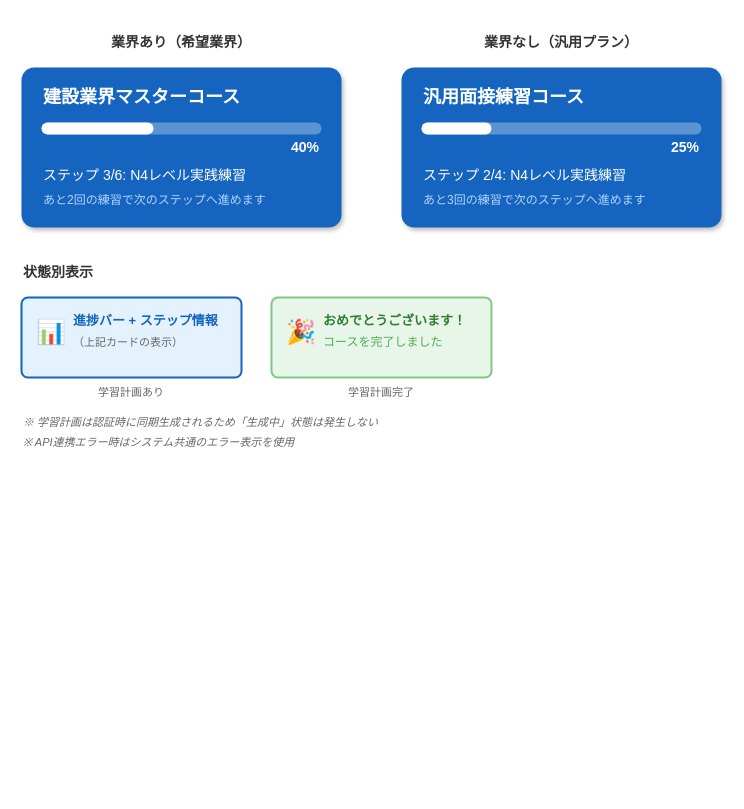
This is docs/images/画面設計書_2.2_学習計画進捗カード.drawio from yoshidasendai115/ai-interview, a draw.io file, before an edit. Source tidied: cells renumbered, new cells numbered last; positions are measured from the earlier drawing's top-left corner, leaving out a move shared by most shapes. Both pictures are drawn from the tidied source at 100%, with x=0, y=0 at pixel (21, 27).
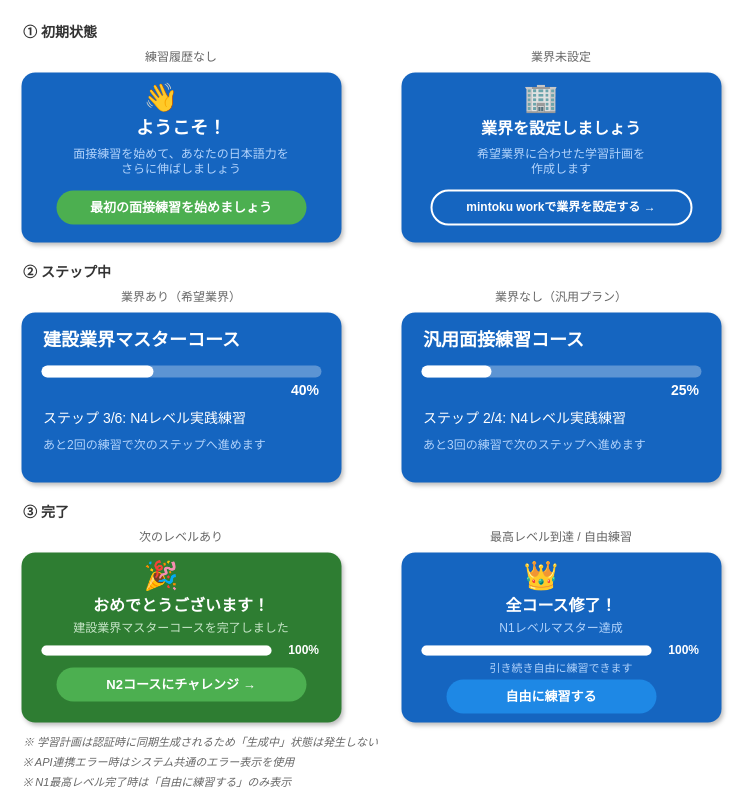
The same diagram, later.

Change to the diagram source:
```diff
@@
+    <mxCell id="31" value="① 初期状態" style="text;html=1;strokeColor=none;fillColor=none;align=left;verticalAlign=middle;whiteSpace=wrap;rounded=0;fontSize=14;fontStyle=1;fontColor=#333333;" parent="1" vertex="1">
+      <mxGeometry y="-10" width="200" height="30" as="geometry" />
+    </mxCell>
+    <mxCell id="32" value="練習履歴なし" style="text;html=1;strokeColor=none;fillColor=none;align=center;verticalAlign=middle;whiteSpace=wrap;rounded=0;fontSize=12;fontStyle=0;fontColor=#666666;" parent="1" vertex="1">
+      <mxGeometry y="20" width="320" height="20" as="geometry" />
+    </mxCell>
+    <mxCell id="33" value="業界未設定" style="text;html=1;strokeColor=none;fillColor=none;align=center;verticalAlign=middle;whiteSpace=wrap;rounded=0;fontSize=12;fontStyle=0;fontColor=#666666;" parent="1" vertex="1">
+      <mxGeometry x="380" y="20" width="320" height="20" as="geometry" />
+    </mxCell>
+    <mxCell id="34" style="rounded=1;whiteSpace=wrap;html=1;fillColor=#1565C0;strokeColor=none;shadow=1;arcSize=8;" parent="1" vertex="1">
+      <mxGeometry y="45" width="320" height="170" as="geometry" />
+    </mxCell>
+    <mxCell id="35" value="👋" style="text;html=1;strokeColor=none;fillColor=none;align=center;verticalAlign=middle;whiteSpace=wrap;rounded=0;fontSize=28;" parent="1" vertex="1">
+      <mxGeometry x="115" y="52" width="50" height="35" as="geometry" />
+    </mxCell>
+    <mxCell id="36" value="ようこそ！" style="text;html=1;strokeColor=none;fillColor=none;align=center;verticalAlign=middle;whiteSpace=wrap;rounded=0;fontSize=18;fontStyle=1;fontColor=#FFFFFF;" parent="1" vertex="1">
+      <mxGeometry x="40" y="87" width="240" height="28" as="geometry" />
+    </mxCell>
+    <mxCell id="37" value="面接練習を始めて、あなたの日本語力を&#10;さらに伸ばしましょう" style="text;html=1;strokeColor=none;fillColor=none;align=center;verticalAlign=middle;whiteSpace=wrap;rounded=0;fontSize=12;fontColor=#B3D4FC;" parent="1" vertex="1">
+      <mxGeometry x="20" y="115" width="280" height="38" as="geometry" />
+    </mxCell>
+    <mxCell id="38" value="最初の面接練習を始めましょう" style="rounded=1;whiteSpace=wrap;html=1;fillColor=#4CAF50;strokeColor=none;fontColor=#FFFFFF;fontSize=13;fontStyle=1;arcSize=50;" parent="1" vertex="1">
+      <mxGeometry x="35" y="163" width="250" height="34" as="geometry" />
+    </mxCell>
+    <mxCell id="39" style="rounded=1;whiteSpace=wrap;html=1;fillColor=#1565C0;strokeColor=none;shadow=1;arcSize=8;" parent="1" vertex="1">
+      <mxGeometry x="380" y="45" width="320" height="170" as="geometry" />
+    </mxCell>
+    <mxCell id="40" value="🏢" style="text;html=1;strokeColor=none;fillColor=none;align=center;verticalAlign=middle;whiteSpace=wrap;rounded=0;fontSize=28;" parent="1" vertex="1">
+      <mxGeometry x="495" y="52" width="50" height="35" as="geometry" />
+    </mxCell>
+    <mxCell id="41" value="業界を設定しましょう" style="text;html=1;strokeColor=none;fillColor=none;align=center;verticalAlign=middle;whiteSpace=wrap;rounded=0;fontSize=16;fontStyle=1;fontColor=#FFFFFF;" parent="1" vertex="1">
+      <mxGeometry x="400" y="87" width="280" height="28" as="geometry" />
+    </mxCell>
+    <mxCell id="42" value="希望業界に合わせた学習計画を&#10;作成します" style="text;html=1;strokeColor=none;fillColor=none;align=center;verticalAlign=middle;whiteSpace=wrap;rounded=0;fontSize=12;fontColor=#B3D4FC;" parent="1" vertex="1">
+      <mxGeometry x="400" y="115" width="280" height="38" as="geometry" />
+    </mxCell>
+    <mxCell id="43" value="mintoku workで業界を設定する →" style="rounded=1;whiteSpace=wrap;html=1;fillColor=none;strokeColor=#FFFFFF;strokeWidth=2;fontColor=#FFFFFF;fontSize=12;fontStyle=1;arcSize=50;" parent="1" vertex="1">
+      <mxGeometry x="410" y="163" width="260" height="34" as="geometry" />
+    </mxCell>
+    <mxCell id="44" value="② ステップ中" style="text;html=1;strokeColor=none;fillColor=none;align=left;verticalAlign=middle;whiteSpace=wrap;rounded=0;fontSize=14;fontStyle=1;fontColor=#333333;" parent="1" vertex="1">
+      <mxGeometry y="230" width="200" height="30" as="geometry" />
+    </mxCell>
-    <mxCell id="2" value="業界あり（希望業界）" style="text;html=1;strokeColor=none;fillColor=none;align=center;verticalAlign=middle;whiteSpace=wrap;rounded=0;fontSize=14;fontStyle=1;fontColor=#333333;" parent="1" vertex="1">
-      <mxGeometry width="320" height="30" as="geometry" />
+    <mxCell id="2" value="業界あり（希望業界）" style="text;html=1;strokeColor=none;fillColor=none;align=center;verticalAlign=middle;whiteSpace=wrap;rounded=0;fontSize=12;fontStyle=0;fontColor=#666666;" parent="1" vertex="1">
+      <mxGeometry y="260" width="320" height="20" as="geometry" />
     </mxCell>
-    <mxCell id="3" style="rounded=1;whiteSpace=wrap;html=1;fillColor=#1565C0;strokeColor=none;shadow=1;arcSize=8;" parent="1" vertex="1">
-      <mxGeometry y="40" width="320" height="160" as="geometry" />
-    </mxCell>
+    <mxCell id="10" value="業界なし（汎用プラン）" style="text;html=1;strokeColor=none;fillColor=none;align=center;verticalAlign=middle;whiteSpace=wrap;rounded=0;fontSize=12;fontStyle=0;fontColor=#666666;" parent="1" vertex="1">
+      <mxGeometry x="380" y="260" width="320" height="20" as="geometry" />
+    </mxCell>
+    <mxCell id="45" style="rounded=1;whiteSpace=wrap;html=1;fillColor=#1565C0;strokeColor=none;shadow=1;arcSize=8;" parent="1" vertex="1">
+      <mxGeometry y="285" width="320" height="170" as="geometry" />
+    </mxCell>
     <mxCell id="4" value="建設業界マスターコース" style="text;html=1;strokeColor=none;fillColor=none;align=left;verticalAlign=middle;whiteSpace=wrap;rounded=0;fontSize=18;fontStyle=1;fontColor=#FFFFFF;" parent="1" vertex="1">
-      <mxGeometry x="20" y="55" width="280" height="30" as="geometry" />
+      <mxGeometry x="20" y="298" width="280" height="30" as="geometry" />
     </mxCell>
-    <mxCell id="5" style="rounded=1;whiteSpace=wrap;html=1;fillColor=#FFFFFF;fillOpacity=30;strokeColor=none;arcSize=50;" parent="1" vertex="1">
-      <mxGeometry x="20" y="95" width="280" height="12" as="geometry" />
-    </mxCell>
-    <mxCell id="6" style="rounded=1;whiteSpace=wrap;html=1;fillColor=#FFFFFF;strokeColor=none;arcSize=50;" parent="1" vertex="1">
-      <mxGeometry x="20" y="95" width="112" height="12" as="geometry" />
-    </mxCell>
+    <mxCell id="46" style="rounded=1;whiteSpace=wrap;html=1;fillColor=#FFFFFF;fillOpacity=30;strokeColor=none;arcSize=50;" parent="1" vertex="1">
+      <mxGeometry x="20" y="338" width="280" height="12" as="geometry" />
+    </mxCell>
+    <mxCell id="47" style="rounded=1;whiteSpace=wrap;html=1;fillColor=#FFFFFF;strokeColor=none;arcSize=50;" parent="1" vertex="1">
+      <mxGeometry x="20" y="338" width="112" height="12" as="geometry" />
+    </mxCell>
     <mxCell id="7" value="40%" style="text;html=1;strokeColor=none;fillColor=none;align=right;verticalAlign=middle;whiteSpace=wrap;rounded=0;fontSize=14;fontStyle=1;fontColor=#FFFFFF;" parent="1" vertex="1">
-      <mxGeometry x="240" y="110" width="60" height="20" as="geometry" />
+      <mxGeometry x="240" y="353" width="60" height="20" as="geometry" />
     </mxCell>
     <mxCell id="8" value="ステップ 3/6: N4レベル実践練習" style="text;html=1;strokeColor=none;fillColor=none;align=left;verticalAlign=middle;whiteSpace=wrap;rounded=0;fontSize=14;fontColor=#FFFFFF;" parent="1" vertex="1">
-      <mxGeometry x="20" y="135" width="280" height="25" as="geometry" />
+      <mxGeometry x="20" y="378" width="280" height="25" as="geometry" />
     </mxCell>
     <mxCell id="9" value="あと2回の練習で次のステップへ進めます" style="text;html=1;strokeColor=none;fillColor=none;align=left;verticalAlign=middle;whiteSpace=wrap;rounded=0;fontSize=12;fontColor=#B3D4FC;" parent="1" vertex="1">
-      <mxGeometry x="20" y="160" width="280" height="25" as="geometry" />
+      <mxGeometry x="20" y="405" width="280" height="25" as="geometry" />
     </mxCell>
-    <mxCell id="10" value="業界なし（汎用プラン）" style="text;html=1;strokeColor=none;fillColor=none;align=center;verticalAlign=middle;whiteSpace=wrap;rounded=0;fontSize=14;fontStyle=1;fontColor=#333333;" parent="1" vertex="1">
-      <mxGeometry x="380" width="320" height="30" as="geometry" />
-    </mxCell>
-    <mxCell id="11" style="rounded=1;whiteSpace=wrap;html=1;fillColor=#1565C0;strokeColor=none;shadow=1;arcSize=8;" parent="1" vertex="1">
-      <mxGeometry x="380" y="40" width="320" height="160" as="geometry" />
-    </mxCell>
+    <mxCell id="48" style="rounded=1;whiteSpace=wrap;html=1;fillColor=#1565C0;strokeColor=none;shadow=1;arcSize=8;" parent="1" vertex="1">
+      <mxGeometry x="380" y="285" width="320" height="170" as="geometry" />
+    </mxCell>
     <mxCell id="12" value="汎用面接練習コース" style="text;html=1;strokeColor=none;fillColor=none;align=left;verticalAlign=middle;whiteSpace=wrap;rounded=0;fontSize=18;fontStyle=1;fontColor=#FFFFFF;" parent="1" vertex="1">
-      <mxGeometry x="400" y="55" width="280" height="30" as="geometry" />
+      <mxGeometry x="400" y="298" width="280" height="30" as="geometry" />
     </mxCell>
-    <mxCell id="13" style="rounded=1;whiteSpace=wrap;html=1;fillColor=#FFFFFF;fillOpacity=30;strokeColor=none;arcSize=50;" parent="1" vertex="1">
-      <mxGeometry x="400" y="95" width="280" height="12" as="geometry" />
-    </mxCell>
-    <mxCell id="14" style="rounded=1;whiteSpace=wrap;html=1;fillColor=#FFFFFF;strokeColor=none;arcSize=50;" parent="1" vertex="1">
-      <mxGeometry x="400" y="95" width="70" height="12" as="geometry" />
-    </mxCell>
+    <mxCell id="49" style="rounded=1;whiteSpace=wrap;html=1;fillColor=#FFFFFF;fillOpacity=30;strokeColor=none;arcSize=50;" parent="1" vertex="1">
+      <mxGeometry x="400" y="338" width="280" height="12" as="geometry" />
+    </mxCell>
+    <mxCell id="50" style="rounded=1;whiteSpace=wrap;html=1;fillColor=#FFFFFF;strokeColor=none;arcSize=50;" parent="1" vertex="1">
+      <mxGeometry x="400" y="338" width="70" height="12" as="geometry" />
+    </mxCell>
     <mxCell id="15" value="25%" style="text;html=1;strokeColor=none;fillColor=none;align=right;verticalAlign=middle;whiteSpace=wrap;rounded=0;fontSize=14;fontStyle=1;fontColor=#FFFFFF;" parent="1" vertex="1">
-      <mxGeometry x="620" y="110" width="60" height="20" as="geometry" />
+      <mxGeometry x="620" y="353" width="60" height="20" as="geometry" />
     </mxCell>
     <mxCell id="16" value="ステップ 2/4: N4レベル実践練習" style="text;html=1;strokeColor=none;fillColor=none;align=left;verticalAlign=middle;whiteSpace=wrap;rounded=0;fontSize=14;fontColor=#FFFFFF;" parent="1" vertex="1">
-      <mxGeometry x="400" y="135" width="280" height="25" as="geometry" />
+      <mxGeometry x="400" y="378" width="280" height="25" as="geometry" />
     </mxCell>
     <mxCell id="17" value="あと3回の練習で次のステップへ進めます" style="text;html=1;strokeColor=none;fillColor=none;align=left;verticalAlign=middle;whiteSpace=wrap;rounded=0;fontSize=12;fontColor=#B3D4FC;" parent="1" vertex="1">
-      <mxGeometry x="400" y="160" width="280" height="25" as="geometry" />
+      <mxGeometry x="400" y="405" width="280" height="25" as="geometry" />
     </mxCell>
-    <mxCell id="18" value="状態別表示" style="text;html=1;strokeColor=none;fillColor=none;align=left;verticalAlign=middle;whiteSpace=wrap;rounded=0;fontSize=14;fontStyle=1;fontColor=#333333;" parent="1" vertex="1">
-      <mxGeometry y="230" width="200" height="30" as="geometry" />
-    </mxCell>
-    <mxCell id="19" style="rounded=1;whiteSpace=wrap;html=1;fillColor=#E3F2FD;strokeColor=#1565C0;strokeWidth=2;arcSize=8;" parent="1" vertex="1">
-      <mxGeometry y="270" width="220" height="80" as="geometry" />
-    </mxCell>
-    <mxCell id="20" value="📊" style="text;html=1;strokeColor=none;fillColor=none;align=center;verticalAlign=middle;whiteSpace=wrap;rounded=0;fontSize=24;" parent="1" vertex="1">
-      <mxGeometry x="10" y="285" width="40" height="40" as="geometry" />
-    </mxCell>
-    <mxCell id="21" value="進捗バー + ステップ情報" style="text;html=1;strokeColor=none;fillColor=none;align=left;verticalAlign=middle;whiteSpace=wrap;rounded=0;fontSize=13;fontStyle=1;fontColor=#1565C0;" parent="1" vertex="1">
-      <mxGeometry x="50" y="280" width="160" height="25" as="geometry" />
-    </mxCell>
-    <mxCell id="22" value="（上記カードの表示）" style="text;html=1;strokeColor=none;fillColor=none;align=left;verticalAlign=middle;whiteSpace=wrap;rounded=0;fontSize=11;fontColor=#666666;" parent="1" vertex="1">
-      <mxGeometry x="50" y="305" width="160" height="20" as="geometry" />
-    </mxCell>
-    <mxCell id="23" value="学習計画あり" style="text;html=1;strokeColor=none;fillColor=none;align=center;verticalAlign=middle;whiteSpace=wrap;rounded=0;fontSize=11;fontColor=#666666;" parent="1" vertex="1">
-      <mxGeometry y="355" width="220" height="20" as="geometry" />
-    </mxCell>
-    <mxCell id="24" style="rounded=1;whiteSpace=wrap;html=1;fillColor=#E8F5E9;strokeColor=#81C784;strokeWidth=2;arcSize=8;" parent="1" vertex="1">
-      <mxGeometry x="250" y="270" width="220" height="80" as="geometry" />
-    </mxCell>
+    <mxCell id="51" value="③ 完了" style="text;html=1;strokeColor=none;fillColor=none;align=left;verticalAlign=middle;whiteSpace=wrap;rounded=0;fontSize=14;fontStyle=1;fontColor=#333333;" parent="1" vertex="1">
+      <mxGeometry y="470" width="200" height="30" as="geometry" />
+    </mxCell>
+    <mxCell id="52" value="次のレベルあり" style="text;html=1;strokeColor=none;fillColor=none;align=center;verticalAlign=middle;whiteSpace=wrap;rounded=0;fontSize=12;fontStyle=0;fontColor=#666666;" parent="1" vertex="1">
+      <mxGeometry y="500" width="320" height="20" as="geometry" />
+    </mxCell>
+    <mxCell id="53" value="最高レベル到達 / 自由練習" style="text;html=1;strokeColor=none;fillColor=none;align=center;verticalAlign=middle;whiteSpace=wrap;rounded=0;fontSize=12;fontStyle=0;fontColor=#666666;" parent="1" vertex="1">
+      <mxGeometry x="380" y="500" width="320" height="20" as="geometry" />
+    </mxCell>
+    <mxCell id="54" style="rounded=1;whiteSpace=wrap;html=1;fillColor=#2E7D32;strokeColor=none;shadow=1;arcSize=8;" parent="1" vertex="1">
+      <mxGeometry y="525" width="320" height="170" as="geometry" />
+    </mxCell>
-    <mxCell id="25" value="🎉" style="text;html=1;strokeColor=none;fillColor=none;align=center;verticalAlign=middle;whiteSpace=wrap;rounded=0;fontSize=24;" parent="1" vertex="1">
-      <mxGeometry x="260" y="285" width="40" height="40" as="geometry" />
+    <mxCell id="25" value="🎉" style="text;html=1;strokeColor=none;fillColor=none;align=center;verticalAlign=middle;whiteSpace=wrap;rounded=0;fontSize=28;" parent="1" vertex="1">
+      <mxGeometry x="115" y="530" width="50" height="35" as="geometry" />
     </mxCell>
-    <mxCell id="26" value="おめでとうございます！" style="text;html=1;strokeColor=none;fillColor=none;align=left;verticalAlign=middle;whiteSpace=wrap;rounded=0;fontSize=13;fontStyle=1;fontColor=#2E7D32;" parent="1" vertex="1">
-      <mxGeometry x="300" y="280" width="160" height="25" as="geometry" />
+    <mxCell id="26" value="おめでとうございます！" style="text;html=1;strokeColor=none;fillColor=none;align=center;verticalAlign=middle;whiteSpace=wrap;rounded=0;fontSize=16;fontStyle=1;fontColor=#FFFFFF;" parent="1" vertex="1">
+      <mxGeometry x="20" y="565" width="280" height="25" as="geometry" />
     </mxCell>
-    <mxCell id="27" value="コースを完了しました" style="text;html=1;strokeColor=none;fillColor=none;align=left;verticalAlign=middle;whiteSpace=wrap;rounded=0;fontSize=12;fontColor=#4CAF50;" parent="1" vertex="1">
-      <mxGeometry x="300" y="305" width="160" height="20" as="geometry" />
-    </mxCell>
-    <mxCell id="28" value="学習計画完了" style="text;html=1;strokeColor=none;fillColor=none;align=center;verticalAlign=middle;whiteSpace=wrap;rounded=0;fontSize=11;fontColor=#666666;" parent="1" vertex="1">
-      <mxGeometry x="250" y="355" width="220" height="20" as="geometry" />
-    </mxCell>
+    <mxCell id="55" value="建設業界マスターコースを完了しました" style="text;html=1;strokeColor=none;fillColor=none;align=center;verticalAlign=middle;whiteSpace=wrap;rounded=0;fontSize=12;fontColor=#C8E6C9;" parent="1" vertex="1">
+      <mxGeometry x="20" y="590" width="280" height="22" as="geometry" />
+    </mxCell>
+    <mxCell id="56" style="rounded=1;whiteSpace=wrap;html=1;fillColor=#FFFFFF;fillOpacity=30;strokeColor=none;arcSize=50;" parent="1" vertex="1">
+      <mxGeometry x="20" y="618" width="230" height="10" as="geometry" />
+    </mxCell>
+    <mxCell id="57" style="rounded=1;whiteSpace=wrap;html=1;fillColor=#FFFFFF;strokeColor=none;arcSize=50;" parent="1" vertex="1">
+      <mxGeometry x="20" y="618" width="230" height="10" as="geometry" />
+    </mxCell>
+    <mxCell id="58" value="100%" style="text;html=1;strokeColor=none;fillColor=none;align=right;verticalAlign=middle;whiteSpace=wrap;rounded=0;fontSize=12;fontStyle=1;fontColor=#FFFFFF;" parent="1" vertex="1">
+      <mxGeometry x="250" y="613" width="50" height="20" as="geometry" />
+    </mxCell>
+    <mxCell id="59" value="N2コースにチャレンジ →" style="rounded=1;whiteSpace=wrap;html=1;fillColor=#4CAF50;strokeColor=none;fontColor=#FFFFFF;fontSize=13;fontStyle=1;arcSize=50;" parent="1" vertex="1">
+      <mxGeometry x="35" y="640" width="250" height="34" as="geometry" />
+    </mxCell>
+    <mxCell id="60" style="rounded=1;whiteSpace=wrap;html=1;fillColor=#1565C0;strokeColor=none;shadow=1;arcSize=8;" parent="1" vertex="1">
+      <mxGeometry x="380" y="525" width="320" height="170" as="geometry" />
+    </mxCell>
+    <mxCell id="61" value="👑" style="text;html=1;strokeColor=none;fillColor=none;align=center;verticalAlign=middle;whiteSpace=wrap;rounded=0;fontSize=28;" parent="1" vertex="1">
+      <mxGeometry x="495" y="530" width="50" height="35" as="geometry" />
+    </mxCell>
+    <mxCell id="62" value="全コース修了！" style="text;html=1;strokeColor=none;fillColor=none;align=center;verticalAlign=middle;whiteSpace=wrap;rounded=0;fontSize=16;fontStyle=1;fontColor=#FFFFFF;" parent="1" vertex="1">
+      <mxGeometry x="400" y="565" width="280" height="25" as="geometry" />
+    </mxCell>
+    <mxCell id="63" value="N1レベルマスター達成" style="text;html=1;strokeColor=none;fillColor=none;align=center;verticalAlign=middle;whiteSpace=wrap;rounded=0;fontSize=12;fontColor=#B3D4FC;" parent="1" vertex="1">
+      <mxGeometry x="400" y="590" width="280" height="22" as="geometry" />
+    </mxCell>
+    <mxCell id="64" style="rounded=1;whiteSpace=wrap;html=1;fillColor=#FFFFFF;fillOpacity=30;strokeColor=none;arcSize=50;" parent="1" vertex="1">
+      <mxGeometry x="400" y="618" width="230" height="10" as="geometry" />
+    </mxCell>
+    <mxCell id="65" style="rounded=1;whiteSpace=wrap;html=1;fillColor=#FFFFFF;strokeColor=none;arcSize=50;" parent="1" vertex="1">
+      <mxGeometry x="400" y="618" width="230" height="10" as="geometry" />
+    </mxCell>
+    <mxCell id="66" value="100%" style="text;html=1;strokeColor=none;fillColor=none;align=right;verticalAlign=middle;whiteSpace=wrap;rounded=0;fontSize=12;fontStyle=1;fontColor=#FFFFFF;" parent="1" vertex="1">
+      <mxGeometry x="630" y="613" width="50" height="20" as="geometry" />
+    </mxCell>
+    <mxCell id="67" value="引き続き自由に練習できます" style="text;html=1;strokeColor=none;fillColor=none;align=center;verticalAlign=middle;whiteSpace=wrap;rounded=0;fontSize=11;fontColor=#B3D4FC;" parent="1" vertex="1">
+      <mxGeometry x="400" y="632" width="280" height="18" as="geometry" />
+    </mxCell>
+    <mxCell id="68" value="自由に練習する" style="rounded=1;whiteSpace=wrap;html=1;fillColor=#1E88E5;strokeColor=none;fontColor=#FFFFFF;fontSize=13;fontStyle=1;arcSize=50;" parent="1" vertex="1">
+      <mxGeometry x="425" y="652" width="210" height="34" as="geometry" />
+    </mxCell>
     <mxCell id="29" value="※ 学習計画は認証時に同期生成されるため「生成中」状態は発生しない" style="text;html=1;strokeColor=none;fillColor=none;align=left;verticalAlign=middle;whiteSpace=wrap;rounded=0;fontSize=11;fontColor=#666666;fontStyle=2;" parent="1" vertex="1">
-      <mxGeometry y="385" width="450" height="20" as="geometry" />
+      <mxGeometry y="705" width="450" height="20" as="geometry" />
     </mxCell>
     <mxCell id="30" value="※ API連携エラー時はシステム共通のエラー表示を使用" style="text;html=1;strokeColor=none;fillColor=none;align=left;verticalAlign=middle;whiteSpace=wrap;rounded=0;fontSize=11;fontColor=#666666;fontStyle=2;" parent="1" vertex="1">
-      <mxGeometry y="405" width="400" height="20" as="geometry" />
+      <mxGeometry y="725" width="400" height="20" as="geometry" />
     </mxCell>
+    <mxCell id="69" value="※ N1最高レベル完了時は「自由に練習する」のみ表示" style="text;html=1;strokeColor=none;fillColor=none;align=left;verticalAlign=middle;whiteSpace=wrap;rounded=0;fontSize=11;fontColor=#666666;fontStyle=2;" parent="1" vertex="1">
+      <mxGeometry y="745" width="400" height="20" as="geometry" />
+    </mxCell>
```
